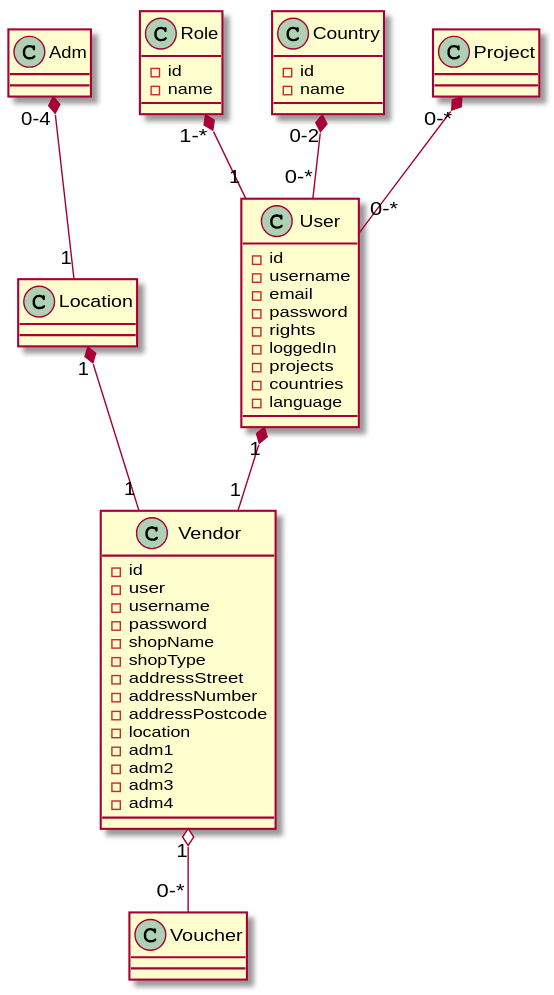
This is src/app/model/uml/user.svg from ReliefApplications/bms_front, a PlantUML export, as it was before one commit. Source of this version:
```plantuml
@startuml
class User {
    - id
    - username
    - email
    - password
    - rights
    - loggedIn
    - projects
    - countries
    - language
}

class Vendor {
    - id
    - user
    - username
    - password
    - shopName
    - shopType
    - addressStreet
    - addressNumber
    - addressPostcode
    - location
    - adm1
    - adm2
    - adm3
    - adm4
}

class Role {
    - id
    - name
}

class Country {
    - id
    - name
}

 Adm "0-4" *-- "1" Location


 Role "1-*" *-- "1" User
 Country "0-2" *-- "0-*" User
 Project "0-*" *-- "0-*" User

 User "1" *-- "1" Vendor
 Location "1" *-- "1" Vendor

 Vendor "1" o-- "0-*" Voucher
@enduml
```
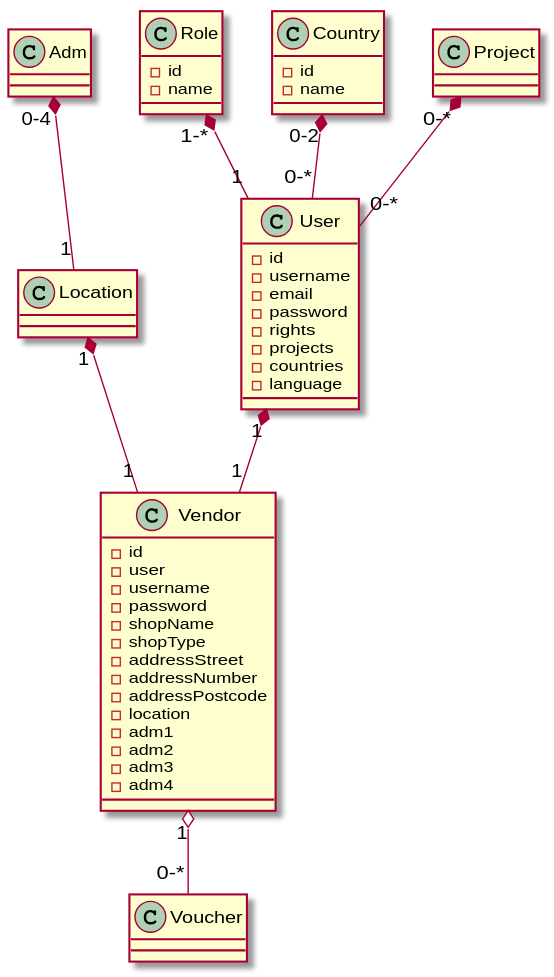
The same file after the commit.

Commit message:
Change uml according to fixes"

The edit, as a diff of the source:
```diff
@@ -5,7 +5,6 @@
     - email
     - password
     - rights
-    - loggedIn
     - projects
     - countries
     - language
```
